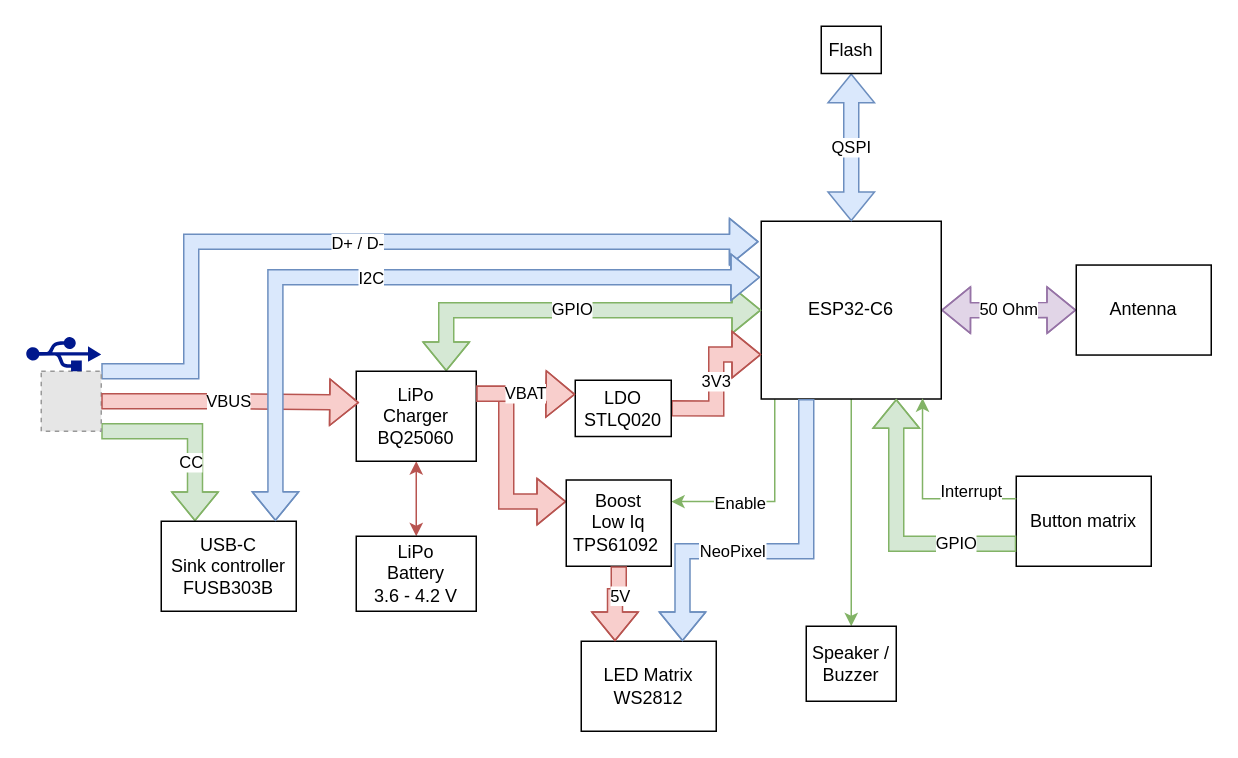
Earlier version of the draw.io diagram electronics/design description/figures/system diagram.drawio (Utedass/Tangentbordsknappar). Source tidied: cells renumbered, new cells numbered last; positions are measured from the earlier drawing's top-left corner, leaving out a move shared by most shapes. Both pictures are drawn from the tidied source at 150%, with x=0, y=0 at pixel (26, 26). Pictures stored in the file or linked from it are replaced by grey dashed boxes.
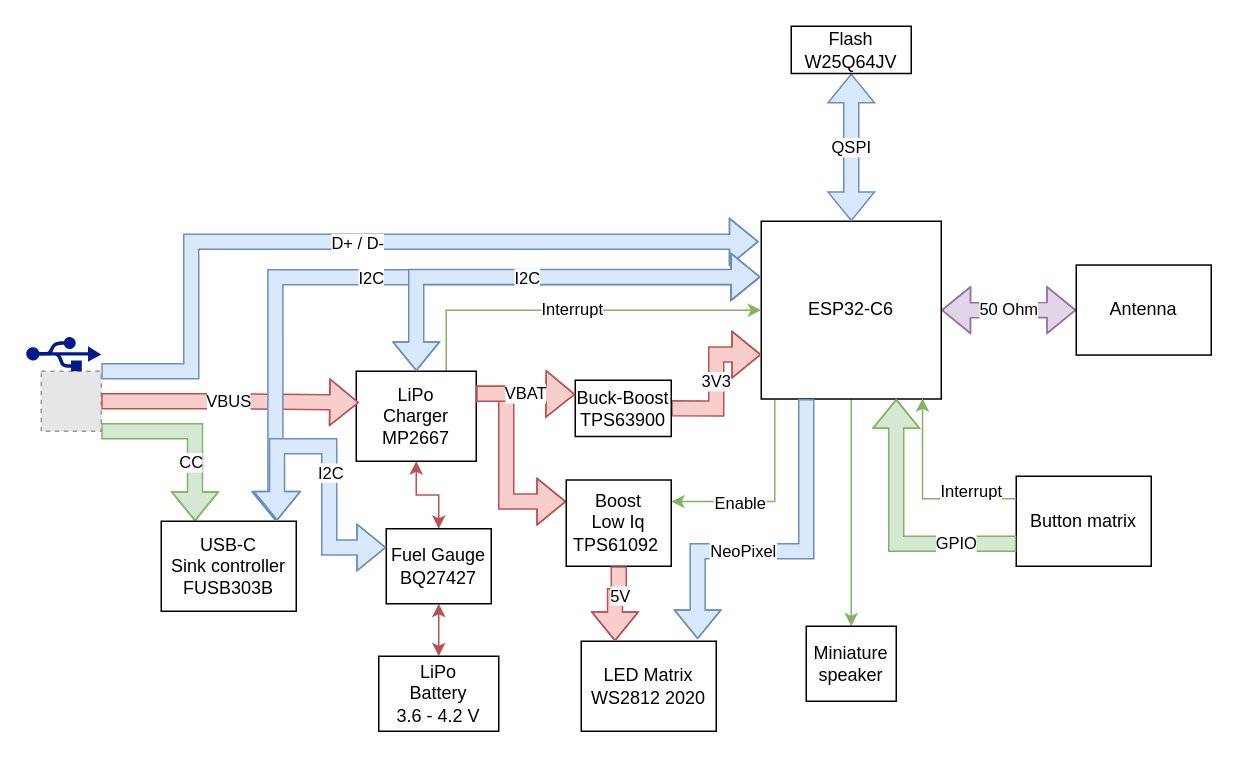
The same page after the edit.

Commit message (it also covers changes not shown here):
Update parts in system diagram according to #1, #2 and #3

The change refers to these unchanged cells:
```xml
<mxCell id="8" value="&lt;div&gt;USB-C&lt;/div&gt;&lt;div&gt;Sink controller&lt;/div&gt;&lt;div&gt;FUSB303B&lt;/div&gt;" style="rounded=0;whiteSpace=wrap;html=1;" parent="1" vertex="1">
  <mxGeometry x="90" y="330" width="90" height="60" as="geometry" />
</mxCell>
<mxCell id="12" value="ESP32-C6" style="rounded=0;whiteSpace=wrap;html=1;" parent="1" vertex="1">
  <mxGeometry x="490" y="130" width="120" height="118.5" as="geometry" />
</mxCell>
```

The edit, as a diff of the source:
```diff
@@
-    <mxCell id="13" style="edgeStyle=orthogonalEdgeStyle;rounded=0;jettySize=auto;html=1;exitX=0.5;exitY=1;exitDx=0;exitDy=0;entryX=0.5;entryY=0;entryDx=0;entryDy=0;fillColor=#f8cecc;strokeColor=#b85450;startArrow=classic;startFill=1;" parent="1" edge="1" source="15" target="16">
+    <mxCell id="13" style="edgeStyle=orthogonalEdgeStyle;rounded=0;jettySize=auto;html=1;exitX=0.5;exitY=1;exitDx=0;exitDy=0;entryX=0.5;entryY=0;entryDx=0;entryDy=0;fillColor=#f8cecc;strokeColor=#b85450;startArrow=classic;startFill=1;" parent="1" edge="1" source="38" target="16">
       <mxGeometry relative="1" as="geometry" />
     </mxCell>
-    <mxCell id="14" value="GPIO" style="edgeStyle=orthogonalEdgeStyle;rounded=0;jettySize=auto;html=1;exitX=0.75;exitY=0;exitDx=0;exitDy=0;fillColor=#d5e8d4;strokeColor=#82b366;shape=flexArrow;startArrow=classic;startFill=1;" parent="1" edge="1" source="15" target="12">
+    <mxCell id="14" value="Interrupt" style="edgeStyle=orthogonalEdgeStyle;rounded=0;jettySize=auto;html=1;exitX=0.75;exitY=0;exitDx=0;exitDy=0;fillColor=#d5e8d4;strokeColor=#82b366;startArrow=none;startFill=0;" parent="1" edge="1" source="15" target="12">
       <mxGeometry relative="1" as="geometry" />
     </mxCell>
-    <mxCell id="15" value="&lt;div&gt;LiPo&lt;/div&gt;&lt;div&gt;Charger&lt;/div&gt;&lt;div&gt;BQ25060&lt;/div&gt;" style="rounded=0;whiteSpace=wrap;html=1;" parent="1" vertex="1">
+    <mxCell id="15" value="&lt;div&gt;LiPo&lt;/div&gt;&lt;div&gt;Charger&lt;/div&gt;&lt;div&gt;MP2667&lt;/div&gt;" style="rounded=0;whiteSpace=wrap;html=1;" parent="1" vertex="1">
       <mxGeometry x="220" y="230" width="80" height="60" as="geometry" />
     </mxCell>
     <mxCell id="16" value="&lt;div&gt;LiPo&lt;/div&gt;&lt;div&gt;Battery&lt;/div&gt;&lt;div&gt;3.6 - 4.2 V&lt;/div&gt;" style="rounded=0;whiteSpace=wrap;html=1;" parent="1" vertex="1">
-      <mxGeometry x="220" y="340" width="80" height="50" as="geometry" />
+      <mxGeometry x="235" y="420" width="80" height="50" as="geometry" />
     </mxCell>
@@
-    <mxCell id="19" value="Flash" style="rounded=0;whiteSpace=wrap;html=1;" parent="1" vertex="1">
-      <mxGeometry x="530" width="40" height="31.5" as="geometry" />
+    <mxCell id="19" value="Flash&lt;div&gt;W25Q64JV&lt;/div&gt;" style="rounded=0;whiteSpace=wrap;html=1;" parent="1" vertex="1">
+      <mxGeometry x="510" width="80" height="31.5" as="geometry" />
     </mxCell>
@@
-    <mxCell id="21" value="&lt;div&gt;LDO&lt;/div&gt;&lt;div&gt;STLQ020&lt;/div&gt;" style="rounded=0;whiteSpace=wrap;html=1;" parent="1" vertex="1">
+    <mxCell id="21" value="&lt;div&gt;Buck-Boost&lt;/div&gt;&lt;div&gt;TPS63900&lt;/div&gt;" style="rounded=0;whiteSpace=wrap;html=1;" parent="1" vertex="1">
       <mxGeometry x="366" y="236" width="64" height="37.5" as="geometry" />
     </mxCell>
@@
-    <mxCell id="23" value="&lt;div&gt;LED Matrix&lt;/div&gt;&lt;div&gt;WS2812&lt;/div&gt;" style="rounded=0;whiteSpace=wrap;html=1;" parent="1" vertex="1">
+    <mxCell id="23" value="&lt;div&gt;LED Matrix&lt;/div&gt;&lt;div&gt;WS2812 2020&lt;/div&gt;" style="rounded=0;whiteSpace=wrap;html=1;" parent="1" vertex="1">
       <mxGeometry x="370" y="410" width="90" height="60" as="geometry" />
     </mxCell>
-    <mxCell id="24" value="Speaker / Buzzer" style="rounded=0;whiteSpace=wrap;html=1;" parent="1" vertex="1">
+    <mxCell id="24" value="Miniature speaker" style="rounded=0;whiteSpace=wrap;html=1;" parent="1" vertex="1">
       <mxGeometry x="520" y="400" width="60" height="50" as="geometry" />
     </mxCell>
@@
-    <mxCell id="26" value="&lt;div&gt;NeoPixel&lt;/div&gt;" style="edgeStyle=orthogonalEdgeStyle;rounded=0;jettySize=auto;html=1;exitX=0.25;exitY=1;exitDx=0;exitDy=0;entryX=0.75;entryY=0;entryDx=0;entryDy=0;shape=flexArrow;fillColor=#dae8fc;strokeColor=#6c8ebf;" parent="1" edge="1" source="12" target="23">
+    <mxCell id="26" value="&lt;div&gt;NeoPixel&lt;/div&gt;" style="edgeStyle=orthogonalEdgeStyle;rounded=0;jettySize=auto;html=1;exitX=0.25;exitY=1;exitDx=0;exitDy=0;entryX=0.862;entryY=-0.023;entryDx=0;entryDy=0;shape=flexArrow;fillColor=#dae8fc;strokeColor=#6c8ebf;entryPerimeter=0;" parent="1" edge="1" source="12" target="23">
       <mxGeometry x="0.24" relative="1" as="geometry">
         <Array as="points">
           <mxPoint x="520" y="350" />
-          <mxPoint x="438" y="350" />
+          <mxPoint x="448" y="350" />
         </Array>
       </mxGeometry>
     </mxCell>
@@
+    <mxCell id="37" style="edgeStyle=orthogonalEdgeStyle;rounded=0;jettySize=auto;html=1;exitX=0.5;exitY=1;exitDx=0;exitDy=0;entryX=0.5;entryY=0;entryDx=0;entryDy=0;fillColor=#f8cecc;strokeColor=#b85450;startArrow=classic;startFill=1;" parent="1" edge="1" source="15" target="38">
+      <mxGeometry relative="1" as="geometry" />
+    </mxCell>
+    <mxCell id="38" value="Fuel Gauge&lt;div&gt;BQ27427 &lt;/div&gt;" style="rounded=0;whiteSpace=wrap;html=1;" parent="1" vertex="1">
+      <mxGeometry x="240" y="335" width="70" height="50" as="geometry" />
+    </mxCell>
+    <mxCell id="39" style="edgeStyle=orthogonalEdgeStyle;rounded=0;jettySize=auto;html=1;exitX=0;exitY=0.25;exitDx=0;exitDy=0;entryX=0.858;entryY=-0.006;entryDx=0;entryDy=0;entryPerimeter=0;shape=flexArrow;startArrow=classic;startFill=1;fillColor=#dae8fc;strokeColor=#6c8ebf;" parent="1" edge="1" source="38" target="8">
+      <mxGeometry relative="1" as="geometry">
+        <Array as="points">
+          <mxPoint x="202" y="348" />
+          <mxPoint x="202" y="280" />
+          <mxPoint x="167" y="280" />
+        </Array>
+      </mxGeometry>
+    </mxCell>
+    <mxCell id="40" value="I2C" style="edgeLabel;html=1;align=center;verticalAlign=middle;" parent="39" vertex="1">
+      <mxGeometry x="-0.07" relative="1" as="geometry" />
+    </mxCell>
+    <mxCell id="41" style="edgeStyle=orthogonalEdgeStyle;rounded=0;jettySize=auto;html=1;exitX=0.5;exitY=0;exitDx=0;exitDy=0;entryX=-0.004;entryY=0.313;entryDx=0;entryDy=0;entryPerimeter=0;shape=flexArrow;startArrow=classic;startFill=1;fillColor=#dae8fc;strokeColor=#6c8ebf;" parent="1" edge="1" source="15" target="12">
+      <mxGeometry relative="1" as="geometry">
+        <Array as="points">
+          <mxPoint x="260" y="167" />
+        </Array>
+      </mxGeometry>
+    </mxCell>
+    <mxCell id="42" value="I2C" style="edgeLabel;html=1;align=center;verticalAlign=middle;" parent="41" vertex="1">
+      <mxGeometry x="-0.07" relative="1" as="geometry" />
+    </mxCell>
```
